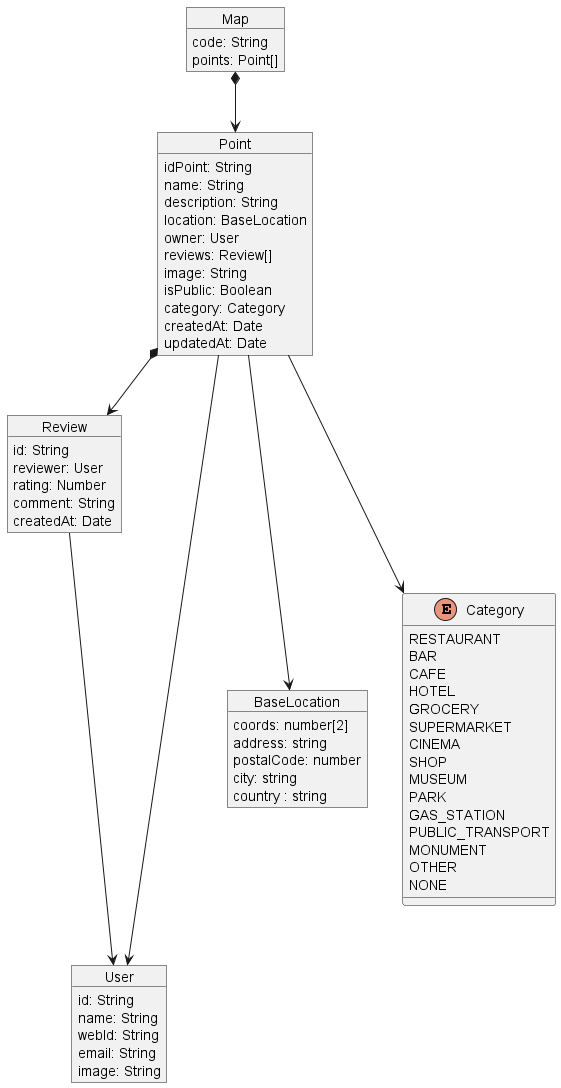
The PlantUML diagram images/ModeloDeDominio.png in Arquisoft/lomap_es5a, before a commit.
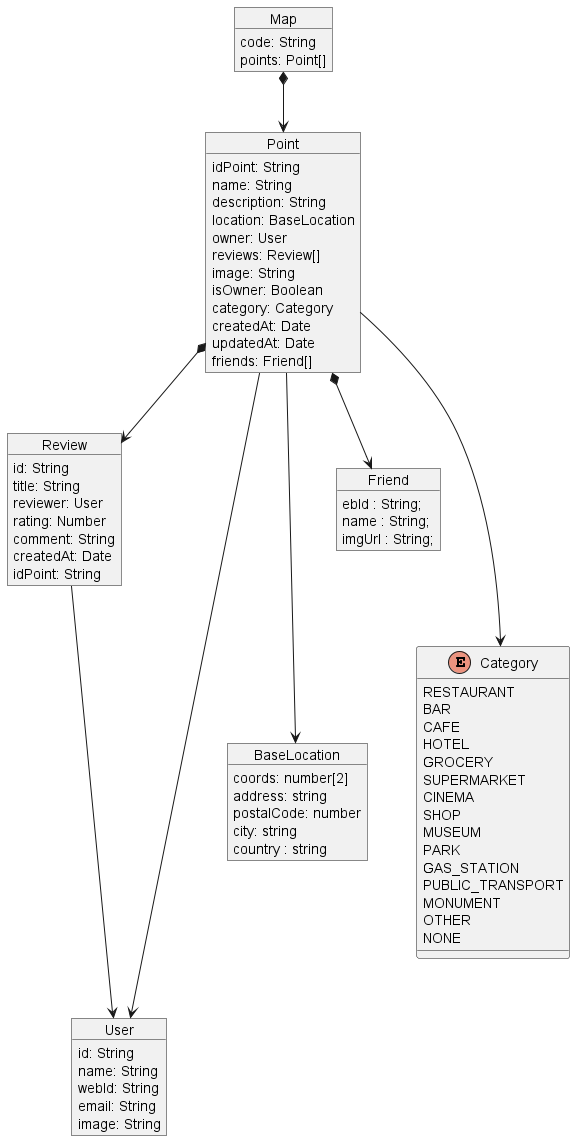
The same diagram one commit later.

Diff of the diagram source:
```diff
@@ -9,10 +9,11 @@
     owner: User
     reviews: Review[]
     image: String
-    isPublic: Boolean
+    isOwner: Boolean
     category: Category
     createdAt: Date
     updatedAt: Date
+    friends: Friend[]
 }
 
 object Map{
@@ -22,10 +23,12 @@
 
 object Review{
     id: String
+    title: String
     reviewer: User
     rating: Number
     comment: String
     createdAt: Date
+    idPoint: String
 }
 
 object User{
@@ -42,6 +45,12 @@
     postalCode: number
     city: string
     country : string
+}
+
+object Friend{
+    ebId : String;
+    name : String;
+    imgUrl : String;
 }
 
 enum Category{
@@ -68,5 +77,6 @@
 Review--->User
 Point--->BaseLocation
 Point--->Category
+Point*-->Friend
 
 @enduml
```
